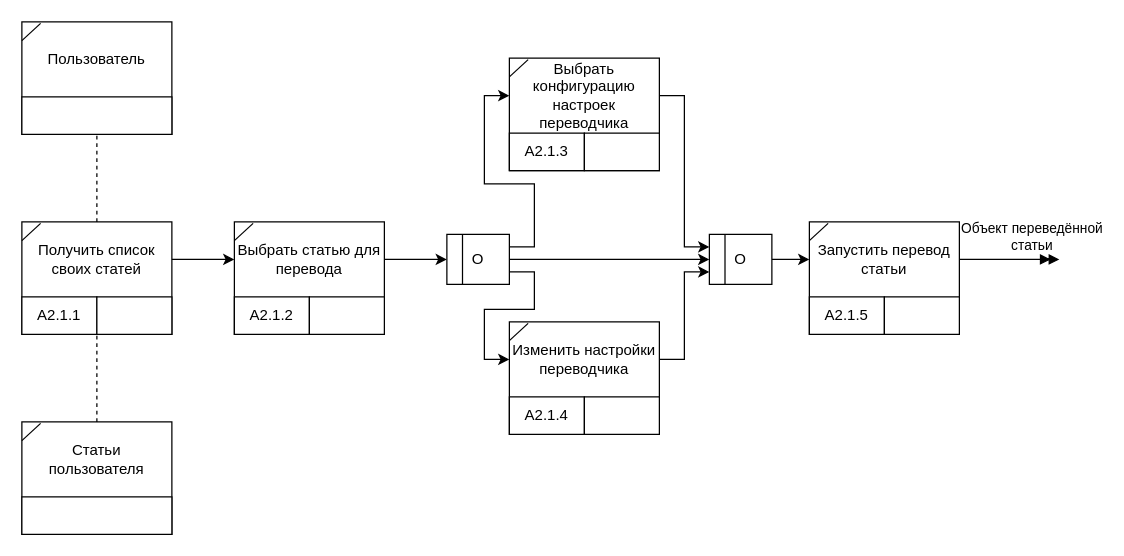
XoJIoDuJIHuK/7-term keeps this draw.io diagram as ISD/labs/3/idef3-3.drawio. Above is the earlier version. Source tidied: cells renumbered, new cells numbered last; positions are measured from the earlier drawing's top-left corner, leaving out a move shared by most shapes. Both pictures are drawn from the tidied source at 125%, with x=0, y=0 at pixel (21, 21).
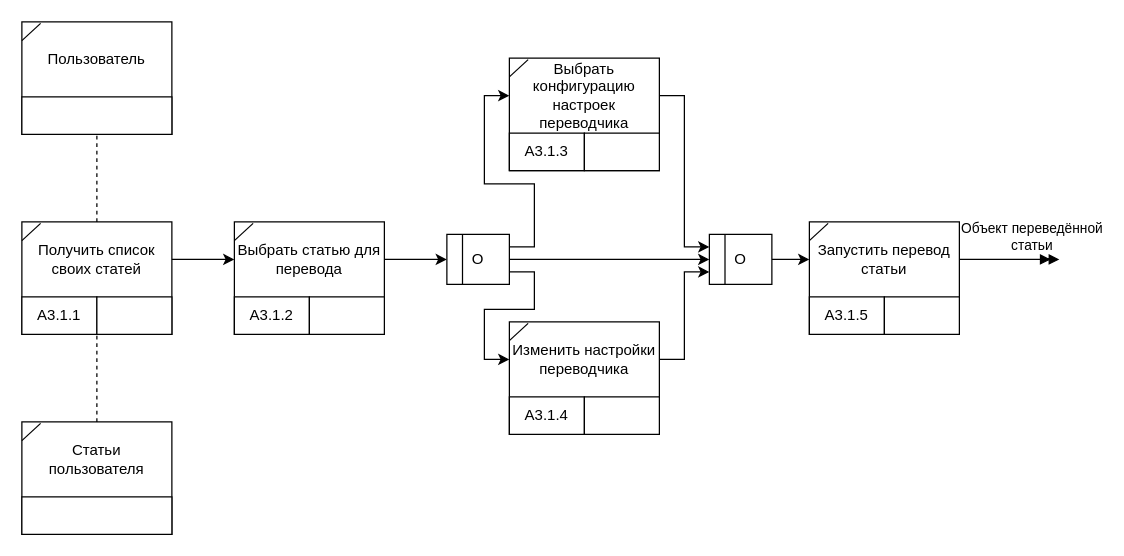
The same diagram, later.

Diff of the diagram source:
```diff
@@
-    <mxCell id="8" value="А2.1.1" style="rounded=0;whiteSpace=wrap;html=1;" parent="1" vertex="1">
+    <mxCell id="8" value="А3.1.1" style="rounded=0;whiteSpace=wrap;html=1;" parent="1" vertex="1">
       <mxGeometry y="220" width="60" height="30" as="geometry" />
     </mxCell>
@@
-    <mxCell id="15" value="А2.1.2" style="rounded=0;whiteSpace=wrap;html=1;" parent="1" vertex="1">
+    <mxCell id="15" value="А3&lt;span style=&quot;background-color: initial;&quot;&gt;.1.2&lt;/span&gt;" style="rounded=0;whiteSpace=wrap;html=1;" parent="1" vertex="1">
       <mxGeometry x="170" y="220" width="60" height="30" as="geometry" />
     </mxCell>
@@
-    <mxCell id="21" value="А2.1.3" style="rounded=0;whiteSpace=wrap;html=1;" parent="1" vertex="1">
+    <mxCell id="21" value="А3.1.3" style="rounded=0;whiteSpace=wrap;html=1;" parent="1" vertex="1">
       <mxGeometry x="390" y="89" width="60" height="30" as="geometry" />
     </mxCell>
@@
-    <mxCell id="27" value="А2.1.4" style="rounded=0;whiteSpace=wrap;html=1;" parent="1" vertex="1">
+    <mxCell id="27" value="А3.1.4" style="rounded=0;whiteSpace=wrap;html=1;" parent="1" vertex="1">
       <mxGeometry x="390" y="300" width="60" height="30" as="geometry" />
     </mxCell>
@@
-    <mxCell id="38" value="А2.1.5" style="rounded=0;whiteSpace=wrap;html=1;" parent="1" vertex="1">
+    <mxCell id="38" value="А3.1.5" style="rounded=0;whiteSpace=wrap;html=1;" parent="1" vertex="1">
       <mxGeometry x="630" y="220" width="60" height="30" as="geometry" />
     </mxCell>
```
